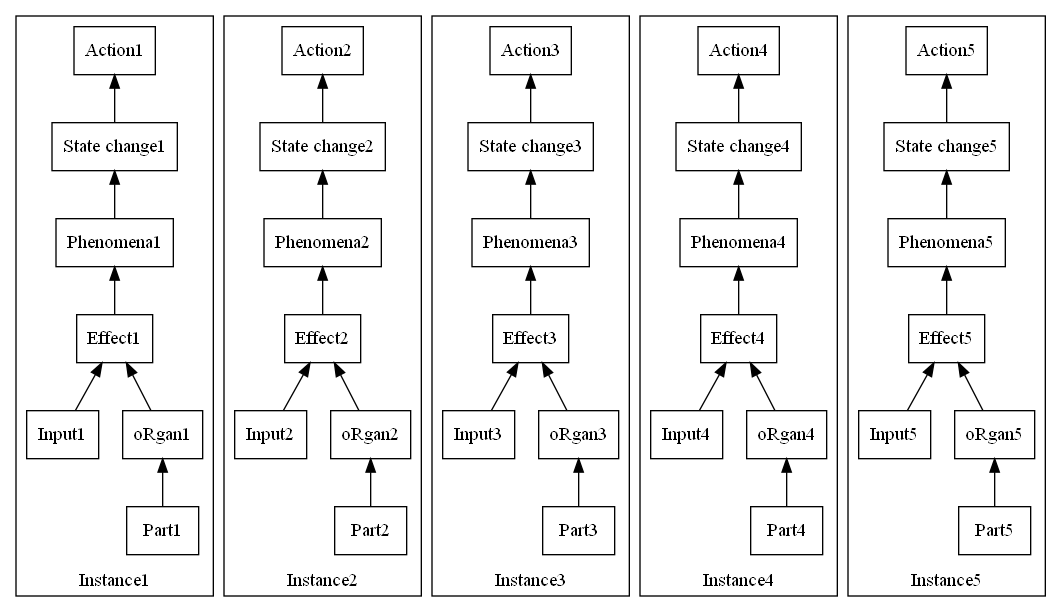
This is er.gv.png from anubhabreveals/SAPPhIRE-construction, a Graphviz export, as it was before one commit. Its source is kept beside it as er.gv. The source it was exported from:
```dot
digraph ER {
	graph [rankdir=BT]
	subgraph cluster_1 {
		node [shape=box]
		"State change1" -> Action1 [splines=true]
		Phenomena1 -> "State change1" [splines=true]
		Effect1 -> Phenomena1 [splines=true]
		oRgan1 -> Effect1 [splines=true]
		Part1 -> oRgan1 [splines=true]
		Input1 -> Effect1 [splines=true]
		label=Instance1
	}
	subgraph cluster_2 {
		node [shape=box]
		"State change2" -> Action2 [splines=true]
		Phenomena2 -> "State change2" [splines=true]
		Effect2 -> Phenomena2 [splines=true]
		oRgan2 -> Effect2 [splines=true]
		Part2 -> oRgan2 [splines=true]
		Input2 -> Effect2 [splines=true]
		label=Instance2
	}
	subgraph cluster_3 {
		node [shape=box]
		"State change3" -> Action3 [splines=true]
		Phenomena3 -> "State change3" [splines=true]
		Effect3 -> Phenomena3 [splines=true]
		oRgan3 -> Effect3 [splines=true]
		Part3 -> oRgan3 [splines=true]
		Input3 -> Effect3 [splines=true]
		label=Instance3
	}
	subgraph cluster_4 {
		node [shape=box]
		"State change4" -> Action4 [splines=true]
		Phenomena4 -> "State change4" [splines=true]
		Effect4 -> Phenomena4 [splines=true]
		oRgan4 -> Effect4 [splines=true]
		Part4 -> oRgan4 [splines=true]
		Input4 -> Effect4 [splines=true]
		label=Instance4
	}
	subgraph cluster_5 {
		node [shape=box]
		"State change5" -> Action5 [splines=true]
		Phenomena5 -> "State change5" [splines=true]
		Effect5 -> Phenomena5 [splines=true]
		oRgan5 -> Effect5 [splines=true]
		Part5 -> oRgan5 [splines=true]
		Input5 -> Effect5 [splines=true]
		label=Instance5
	}
}
```
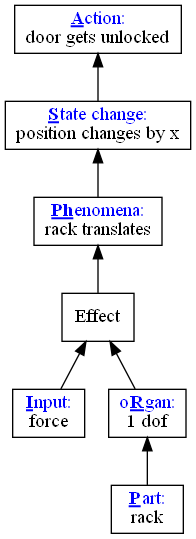
After the change.

What changed in the source:
```diff
@@ -1,53 +1,23 @@
 digraph ER {
 	graph [rankdir=BT]
-	subgraph cluster_1 {
-		node [shape=box]
-		"State change1" -> Action1 [splines=true]
-		Phenomena1 -> "State change1" [splines=true]
-		Effect1 -> Phenomena1 [splines=true]
-		oRgan1 -> Effect1 [splines=true]
-		Part1 -> oRgan1 [splines=true]
-		Input1 -> Effect1 [splines=true]
-		label=Instance1
-	}
-	subgraph cluster_2 {
-		node [shape=box]
-		"State change2" -> Action2 [splines=true]
-		Phenomena2 -> "State change2" [splines=true]
-		Effect2 -> Phenomena2 [splines=true]
-		oRgan2 -> Effect2 [splines=true]
-		Part2 -> oRgan2 [splines=true]
-		Input2 -> Effect2 [splines=true]
-		label=Instance2
-	}
-	subgraph cluster_3 {
-		node [shape=box]
-		"State change3" -> Action3 [splines=true]
-		Phenomena3 -> "State change3" [splines=true]
-		Effect3 -> Phenomena3 [splines=true]
-		oRgan3 -> Effect3 [splines=true]
-		Part3 -> oRgan3 [splines=true]
-		Input3 -> Effect3 [splines=true]
-		label=Instance3
-	}
-	subgraph cluster_4 {
-		node [shape=box]
-		"State change4" -> Action4 [splines=true]
-		Phenomena4 -> "State change4" [splines=true]
-		Effect4 -> Phenomena4 [splines=true]
-		oRgan4 -> Effect4 [splines=true]
-		Part4 -> oRgan4 [splines=true]
-		Input4 -> Effect4 [splines=true]
-		label=Instance4
-	}
-	subgraph cluster_5 {
-		node [shape=box]
-		"State change5" -> Action5 [splines=true]
-		Phenomena5 -> "State change5" [splines=true]
-		Effect5 -> Phenomena5 [splines=true]
-		oRgan5 -> Effect5 [splines=true]
-		Part5 -> oRgan5 [splines=true]
-		Input5 -> Effect5 [splines=true]
-		label=Instance5
-	}
+	node [shape=box]
+	Input [label=<<FONT COLOR="BLUE"><b><u>I</u></b>nput:</FONT><BR/>force>]
+	Part [label=<<FONT COLOR="BLUE"><b><u>P</u></b>art:</FONT><BR/>rack>]
+	oRgan [label=<<FONT COLOR="BLUE">o<b><u>R</u></b>gan:</FONT><BR/>1 dof>]
+	Effect [label=<<FONT COLOR="BLUE"><b><u>E</u></b>ffect:</FONT><BR/>digraph ER {
+	node [shape=box]
+	Input [label=<<FONT COLOR="BLUE"><b><u>I</u></b>nput:</FONT><BR/>force>]
+	Part [label=<<FONT COLOR="BLUE"><b><u>P</u></b>art:</FONT><BR/>rack>]
+	oRgan [label=<<FONT COLOR="BLUE">o<b><u>R</u></b>gan:</FONT><BR/>1 dof>]
 }
+>]
+	Phenomena [label=<<FONT COLOR="BLUE"><b><u>Ph</u></b>enomena:</FONT><BR/>rack translates>]
+	"State change" [label=<<FONT COLOR="BLUE"><b><u>S</u></b>tate change:</FONT><BR/>position changes by x>]
+	Action [label=<<FONT COLOR="BLUE"><b><u>A</u></b>ction:</FONT><BR/>door gets unlocked>]
+	"State change" -> Action [splines=true]
+	Phenomena -> "State change" [splines=true]
+	Effect -> Phenomena [splines=true]
+	oRgan -> Effect [splines=true]
+	Part -> oRgan [splines=true]
+	Input -> Effect [splines=true]
+}
```
